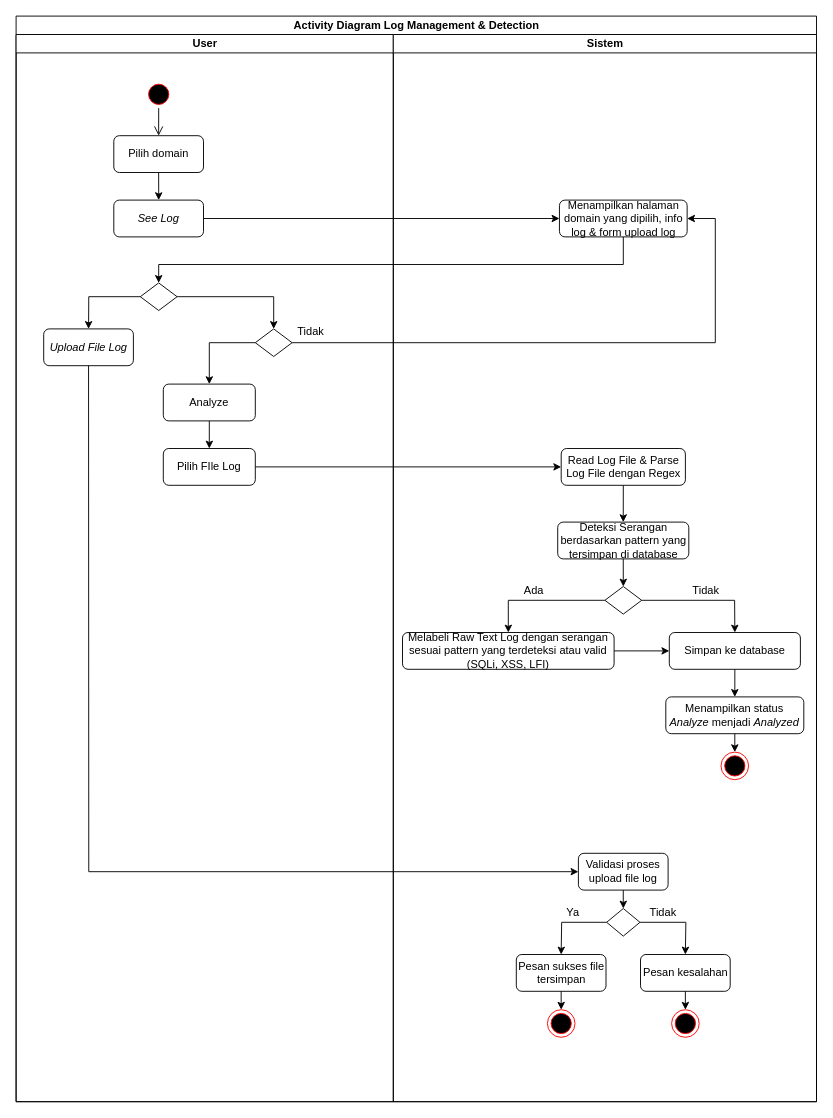
Earlier version of the draw.io diagram page "Activity Diagram Log Management" (6 of 8) of Cara Kerja Aplikasi TA.drawio (zelsaddr/All-Diagrams). Source tidied: cells renumbered, new cells numbered last; positions are measured from the earlier drawing's top-left corner, leaving out a move shared by most shapes. Both pictures are drawn from the tidied source at 92%, with x=0, y=0 at pixel (16, 16).
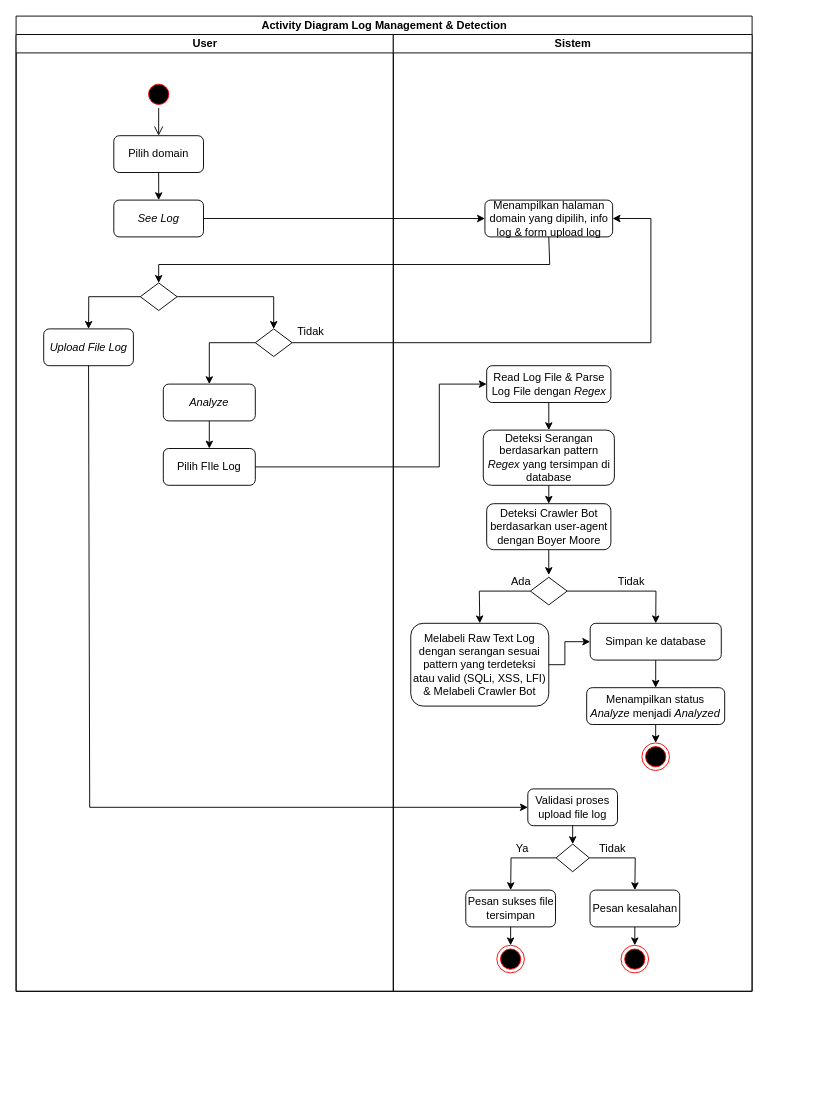
The same page after the edit.

Unchanged cells that the change refers to:
```xml
<mxCell id="9" style="rhombus;whiteSpace=wrap;html=1;" parent="3" vertex="1">
  <mxGeometry x="135" y="270" width="40" height="30" as="geometry" />
</mxCell>
<mxCell id="10" value="&lt;i&gt;Upload File Log&lt;/i&gt;" style="rounded=1;whiteSpace=wrap;html=1;" parent="3" vertex="1">
  <mxGeometry x="30" y="320" width="97.5" height="40" as="geometry" />
</mxCell>
<mxCell id="11" style="rhombus;whiteSpace=wrap;html=1;" parent="3" vertex="1">
  <mxGeometry x="260" y="320" width="40" height="30" as="geometry" />
</mxCell>
<mxCell id="16" value="Pilih FIle Log" style="rounded=1;whiteSpace=wrap;html=1;" parent="3" vertex="1">
  <mxGeometry x="160" y="450" width="100" height="40" as="geometry" />
</mxCell>
```

What changed in the source:
```diff
@@
     <mxCell id="2" value="Activity Diagram Log Management &amp;amp; Detection" style="swimlane;startSize=20;html=1;" parent="1" vertex="1">
-      <mxGeometry width="870" height="1180" as="geometry" />
+      <mxGeometry width="800" height="1060" as="geometry" />
     </mxCell>
     <mxCell id="3" value="User" style="swimlane;startSize=20;html=1;" parent="2" vertex="1">
-      <mxGeometry y="20" width="410" height="1160" as="geometry" />
+      <mxGeometry y="20" width="410" height="1040" as="geometry" />
     </mxCell>
@@
-    <mxCell id="14" value="Analyze" style="rounded=1;whiteSpace=wrap;html=1;" parent="3" vertex="1">
+    <mxCell id="14" value="&lt;i&gt;Analyze&lt;/i&gt;" style="rounded=1;whiteSpace=wrap;html=1;" parent="3" vertex="1">
       <mxGeometry x="160" y="380" width="100" height="40" as="geometry" />
     </mxCell>
@@
     <mxCell id="19" style="endArrow=classic;html=1;rounded=0;exitX=0.5;exitY=1;exitDx=0;exitDy=0;entryX=0.5;entryY=0;entryDx=0;entryDy=0;" parent="2" edge="1" source="23" target="9">
       <mxGeometry relative="1" as="geometry">
         <Array as="points">
-          <mxPoint x="660" y="270" />
+          <mxPoint x="580" y="270" />
           <mxPoint x="155" y="270" />
         </Array>
       </mxGeometry>
     </mxCell>
     <mxCell id="20" style="endArrow=classic;html=1;rounded=0;exitX=1;exitY=0.5;exitDx=0;exitDy=0;entryX=1;entryY=0.5;entryDx=0;entryDy=0;" parent="2" edge="1" source="11" target="23">
       <mxGeometry relative="1" as="geometry">
         <Array as="points">
-          <mxPoint x="760" y="355" />
-          <mxPoint x="760" y="220" />
+          <mxPoint x="690" y="355" />
+          <mxPoint x="690" y="220" />
         </Array>
       </mxGeometry>
     </mxCell>
     <mxCell id="21" style="endArrow=classic;html=1;rounded=0;exitX=1;exitY=0.5;exitDx=0;exitDy=0;entryX=0;entryY=0.5;entryDx=0;entryDy=0;" parent="2" edge="1" source="16" target="24">
-      <mxGeometry relative="1" as="geometry" />
+      <mxGeometry relative="1" as="geometry">
+        <Array as="points">
+          <mxPoint x="460" y="490" />
+          <mxPoint x="460" y="400" />
+        </Array>
+      </mxGeometry>
     </mxCell>
+    <mxCell id="52" style="endArrow=classic;html=1;rounded=0;exitX=0.5;exitY=1;exitDx=0;exitDy=0;entryX=0;entryY=0.5;entryDx=0;entryDy=0;" parent="2" edge="1" source="10" target="39">
+      <mxGeometry relative="1" as="geometry">
+        <Array as="points">
+          <mxPoint x="80" y="860" />
+        </Array>
+      </mxGeometry>
+    </mxCell>
     <mxCell id="22" value="Sistem" style="swimlane;startSize=20;html=1;" parent="2" vertex="1">
-      <mxGeometry x="410" y="20" width="460" height="1160" as="geometry" />
+      <mxGeometry x="410" y="20" width="390" height="1040" as="geometry" />
     </mxCell>
     <mxCell id="23" value="Menampilkan halaman domain yang dipilih, info log &amp;amp; form upload log" style="rounded=1;whiteSpace=wrap;html=1;" parent="22" vertex="1">
-      <mxGeometry x="180.6" y="180" width="138.8" height="40" as="geometry" />
+      <mxGeometry x="99.6" y="180" width="138.8" height="40" as="geometry" />
     </mxCell>
-    <mxCell id="24" value="Read Log File &amp;amp; Parse Log File dengan Regex" style="rounded=1;whiteSpace=wrap;html=1;" parent="22" vertex="1">
-      <mxGeometry x="182.5" y="450" width="135" height="40" as="geometry" />
+    <mxCell id="24" value="Read Log File &amp;amp; Parse Log File dengan &lt;i&gt;Regex&lt;/i&gt;" style="rounded=1;whiteSpace=wrap;html=1;" parent="22" vertex="1">
+      <mxGeometry x="101.5" y="360" width="135" height="40" as="geometry" />
     </mxCell>
-    <mxCell id="25" value="Deteksi Serangan berdasarkan pattern yang tersimpan di database" style="rounded=1;whiteSpace=wrap;html=1;" parent="22" vertex="1">
-      <mxGeometry x="178.7" y="530" width="142.5" height="40" as="geometry" />
+    <mxCell id="25" value="Deteksi Serangan berdasarkan pattern &lt;i&gt;Regex &lt;/i&gt;yang tersimpan di database" style="rounded=1;whiteSpace=wrap;html=1;" parent="22" vertex="1">
+      <mxGeometry x="97.8" y="430" width="142.5" height="60" as="geometry" />
     </mxCell>
     <mxCell id="26" style="rhombus;whiteSpace=wrap;html=1;" parent="22" vertex="1">
-      <mxGeometry x="230" y="600" width="40" height="30" as="geometry" />
+      <mxGeometry x="149" y="590" width="40" height="30" as="geometry" />
     </mxCell>
@@
-    <mxCell id="28" style="endArrow=classic;html=1;rounded=0;exitX=0.5;exitY=1;exitDx=0;exitDy=0;entryX=0.5;entryY=0;entryDx=0;entryDy=0;" parent="22" edge="1" source="25" target="26">
-      <mxGeometry relative="1" as="geometry" />
+    <mxCell id="28" style="endArrow=classic;html=1;rounded=0;exitX=0.5;exitY=1;exitDx=0;exitDy=0;entryX=0.5;entryY=0;entryDx=0;entryDy=0;" parent="22" edge="1" source="25">
+      <mxGeometry relative="1" as="geometry">
+        <mxPoint x="169" y="510" as="targetPoint" />
+      </mxGeometry>
     </mxCell>
-    <mxCell id="29" value="Melabeli Raw Text Log dengan serangan sesuai pattern yang terdeteksi atau valid (SQLi, XSS, LFI)" style="rounded=1;whiteSpace=wrap;html=1;" parent="22" vertex="1">
-      <mxGeometry x="10" y="650" width="230" height="40" as="geometry" />
+    <mxCell id="29" value="Melabeli Raw Text Log dengan serangan sesuai pattern yang terdeteksi atau valid (SQLi, XSS, LFI) &amp;amp; Melabeli Crawler Bot" style="rounded=1;whiteSpace=wrap;html=1;" parent="22" vertex="1">
+      <mxGeometry x="19" y="640" width="150" height="90" as="geometry" />
     </mxCell>
     <mxCell id="30" style="endArrow=classic;html=1;rounded=0;exitX=0;exitY=0.5;exitDx=0;exitDy=0;entryX=0.5;entryY=0;entryDx=0;entryDy=0;" parent="22" edge="1" source="26" target="29">
       <mxGeometry relative="1" as="geometry">
         <Array as="points">
-          <mxPoint x="125" y="615" />
+          <mxPoint x="93.5" y="605" />
         </Array>
       </mxGeometry>
     </mxCell>
     <mxCell id="31" value="Ada" style="text;html=1;strokeColor=none;fillColor=none;align=center;verticalAlign=middle;whiteSpace=wrap;rounded=0;" parent="22" vertex="1">
-      <mxGeometry x="122.5" y="590" width="60" height="30" as="geometry" />
+      <mxGeometry x="109" y="580" width="60" height="30" as="geometry" />
     </mxCell>
     <mxCell id="32" value="Simpan ke database" style="rounded=1;whiteSpace=wrap;html=1;" parent="22" vertex="1">
-      <mxGeometry x="300" y="650" width="142.5" height="40" as="geometry" />
+      <mxGeometry x="214" y="640" width="142.5" height="40" as="geometry" />
     </mxCell>
     <mxCell id="33" style="endArrow=classic;html=1;rounded=0;exitX=1;exitY=0.5;exitDx=0;exitDy=0;entryX=0.5;entryY=0;entryDx=0;entryDy=0;" parent="22" edge="1" source="26" target="32">
       <mxGeometry relative="1" as="geometry">
         <Array as="points">
-          <mxPoint x="371" y="615" />
+          <mxPoint x="285.5" y="605" />
         </Array>
       </mxGeometry>
     </mxCell>
     <mxCell id="34" value="Menampilkan status &lt;i&gt;Analyze &lt;/i&gt;menjadi &lt;i&gt;Analyzed&lt;/i&gt;" style="rounded=1;whiteSpace=wrap;html=1;" parent="22" vertex="1">
-      <mxGeometry x="296.2" y="720" width="150" height="40" as="geometry" />
+      <mxGeometry x="210.2" y="710" width="150" height="40" as="geometry" />
     </mxCell>
@@
     <mxCell id="36" style="ellipse;html=1;shape=endState;fillColor=#000000;strokeColor=#ff0000;" parent="22" vertex="1">
-      <mxGeometry x="356.2" y="780" width="30" height="30" as="geometry" />
+      <mxGeometry x="270.2" y="770" width="30" height="30" as="geometry" />
     </mxCell>
@@
     <mxCell id="38" value="Tidak" style="text;html=1;strokeColor=none;fillColor=none;align=center;verticalAlign=middle;whiteSpace=wrap;rounded=0;" parent="22" vertex="1">
-      <mxGeometry x="310" y="590" width="60" height="30" as="geometry" />
+      <mxGeometry x="229" y="580" width="60" height="30" as="geometry" />
     </mxCell>
     <mxCell id="39" value="Validasi proses upload file log" style="rounded=1;whiteSpace=wrap;html=1;" parent="22" vertex="1">
-      <mxGeometry x="201.2" y="890" width="97.5" height="40" as="geometry" />
+      <mxGeometry x="146.2" y="820" width="97.5" height="40" as="geometry" />
     </mxCell>
     <mxCell id="40" style="rhombus;whiteSpace=wrap;html=1;" parent="22" vertex="1">
-      <mxGeometry x="231.9" y="950" width="36.2" height="30" as="geometry" />
+      <mxGeometry x="176.9" y="880" width="36.2" height="30" as="geometry" />
     </mxCell>
     <mxCell id="41" value="Pesan sukses file tersimpan" style="rounded=1;whiteSpace=wrap;html=1;" parent="22" vertex="1">
-      <mxGeometry x="133.7" y="1000" width="97.5" height="40" as="geometry" />
+      <mxGeometry x="78.8" y="930" width="97.5" height="40" as="geometry" />
     </mxCell>
     <mxCell id="42" value="Pesan kesalahan" style="rounded=1;whiteSpace=wrap;html=1;" parent="22" vertex="1">
-      <mxGeometry x="268.7" y="1000" width="97.5" height="40" as="geometry" />
+      <mxGeometry x="213.8" y="930" width="97.5" height="40" as="geometry" />
     </mxCell>
     <mxCell id="43" style="ellipse;html=1;shape=endState;fillColor=#000000;strokeColor=#ff0000;" parent="22" vertex="1">
-      <mxGeometry x="167.5" y="1060" width="30" height="30" as="geometry" />
+      <mxGeometry x="112.5" y="990" width="30" height="30" as="geometry" />
     </mxCell>
     <mxCell id="44" style="ellipse;html=1;shape=endState;fillColor=#000000;strokeColor=#ff0000;" parent="22" vertex="1">
-      <mxGeometry x="302.5" y="1060" width="30" height="30" as="geometry" />
+      <mxGeometry x="247.5" y="990" width="30" height="30" as="geometry" />
     </mxCell>
@@
     <mxCell id="46" style="endArrow=classic;html=1;rounded=0;exitX=0;exitY=0.5;exitDx=0;exitDy=0;entryX=0.5;entryY=0;entryDx=0;entryDy=0;" parent="22" edge="1" source="40" target="41">
       <mxGeometry relative="1" as="geometry">
         <Array as="points">
-          <mxPoint x="183" y="965" />
+          <mxPoint x="128" y="895" />
         </Array>
       </mxGeometry>
     </mxCell>
     <mxCell id="47" style="endArrow=classic;html=1;rounded=0;exitX=1;exitY=0.5;exitDx=0;exitDy=0;entryX=0.5;entryY=0;entryDx=0;entryDy=0;" parent="22" edge="1" source="40" target="42">
       <mxGeometry relative="1" as="geometry">
         <Array as="points">
-          <mxPoint x="318" y="965" />
+          <mxPoint x="263" y="895" />
         </Array>
       </mxGeometry>
     </mxCell>
@@
     <mxCell id="50" value="Tidak" style="text;html=1;align=center;verticalAlign=middle;strokeColor=none;fillColor=none;" parent="22" vertex="1">
-      <mxGeometry x="268.1" y="940" width="50" height="30" as="geometry" />
+      <mxGeometry x="213.1" y="870" width="50" height="30" as="geometry" />
     </mxCell>
     <mxCell id="51" value="Ya" style="text;html=1;align=center;verticalAlign=middle;strokeColor=none;fillColor=none;" parent="22" vertex="1">
-      <mxGeometry x="175" y="940" width="40" height="30" as="geometry" />
+      <mxGeometry x="120" y="870" width="40" height="30" as="geometry" />
     </mxCell>
-    <mxCell id="52" style="endArrow=classic;html=1;rounded=0;exitX=0.5;exitY=1;exitDx=0;exitDy=0;entryX=0;entryY=0.5;entryDx=0;entryDy=0;" parent="2" edge="1" source="10" target="39">
-      <mxGeometry relative="1" as="geometry">
-        <Array as="points">
-          <mxPoint x="79" y="930" />
-        </Array>
-      </mxGeometry>
-    </mxCell>
+    <mxCell id="54" style="endArrow=classic;html=1;rounded=0;entryX=0;entryY=0.5;entryDx=0;entryDy=0;exitX=1;exitY=0.5;exitDx=0;exitDy=0;" parent="22" edge="1" source="29" target="32">
+      <mxGeometry relative="1" as="geometry">
+        <Array as="points">
+          <mxPoint x="186.5" y="685" />
+          <mxPoint x="186.5" y="660" />
+        </Array>
+      </mxGeometry>
+    </mxCell>
+    <mxCell id="55" value="Deteksi Crawler Bot berdasarkan user-agent dengan Boyer Moore" style="rounded=1;whiteSpace=wrap;html=1;" parent="22" vertex="1">
+      <mxGeometry x="101.5" y="510" width="135" height="50" as="geometry" />
+    </mxCell>
+    <mxCell id="56" style="endArrow=classic;html=1;rounded=0;exitX=0.5;exitY=1;exitDx=0;exitDy=0;entryX=1;entryY=0.25;entryDx=0;entryDy=0;" parent="22" edge="1" source="55" target="31">
+      <mxGeometry relative="1" as="geometry" />
+    </mxCell>
@@
-    <mxCell id="54" style="endArrow=classic;html=1;rounded=0;entryX=0;entryY=0.5;entryDx=0;entryDy=0;" parent="1" edge="1" target="32">
-      <mxGeometry relative="1" as="geometry">
-        <mxPoint x="650" y="690" as="sourcePoint" />
-      </mxGeometry>
-    </mxCell>
```
